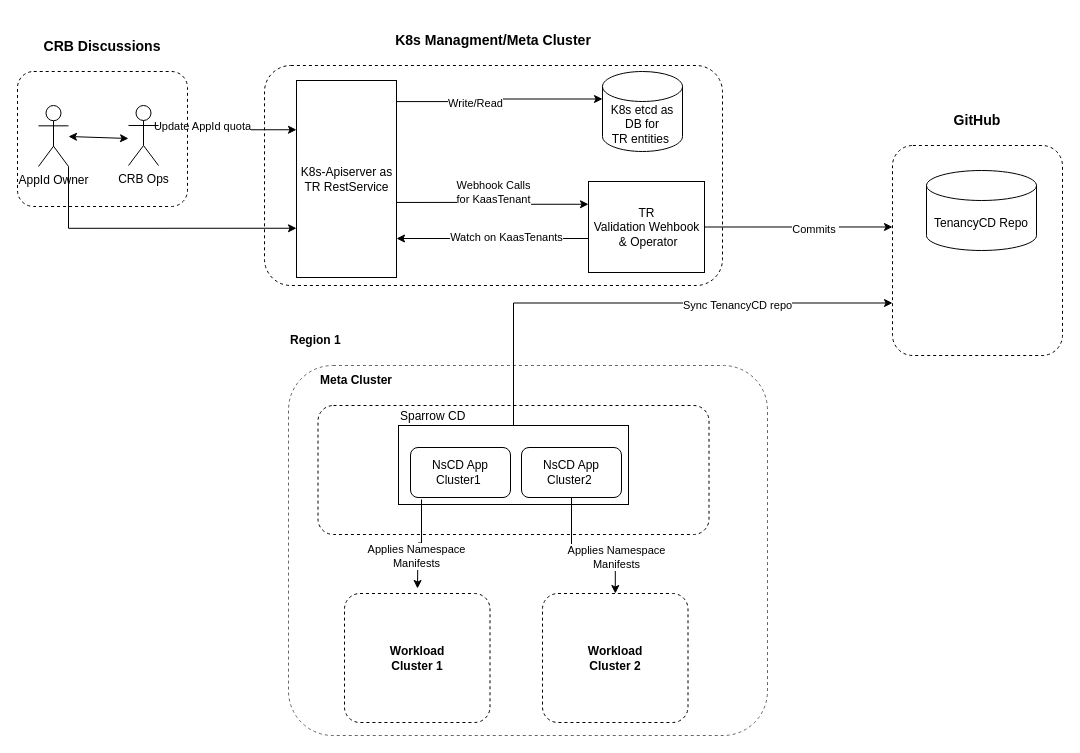
This is BetaReleaseArchitecutalView.drawio from Purushotham233/first_app, a draw.io file, before an edit. Source tidied: cells renumbered, new cells numbered last; positions are measured from the earlier drawing's top-left corner, leaving out a move shared by most shapes. Both pictures are drawn from the tidied source at 100%, with x=0, y=0 at pixel (17, 65).
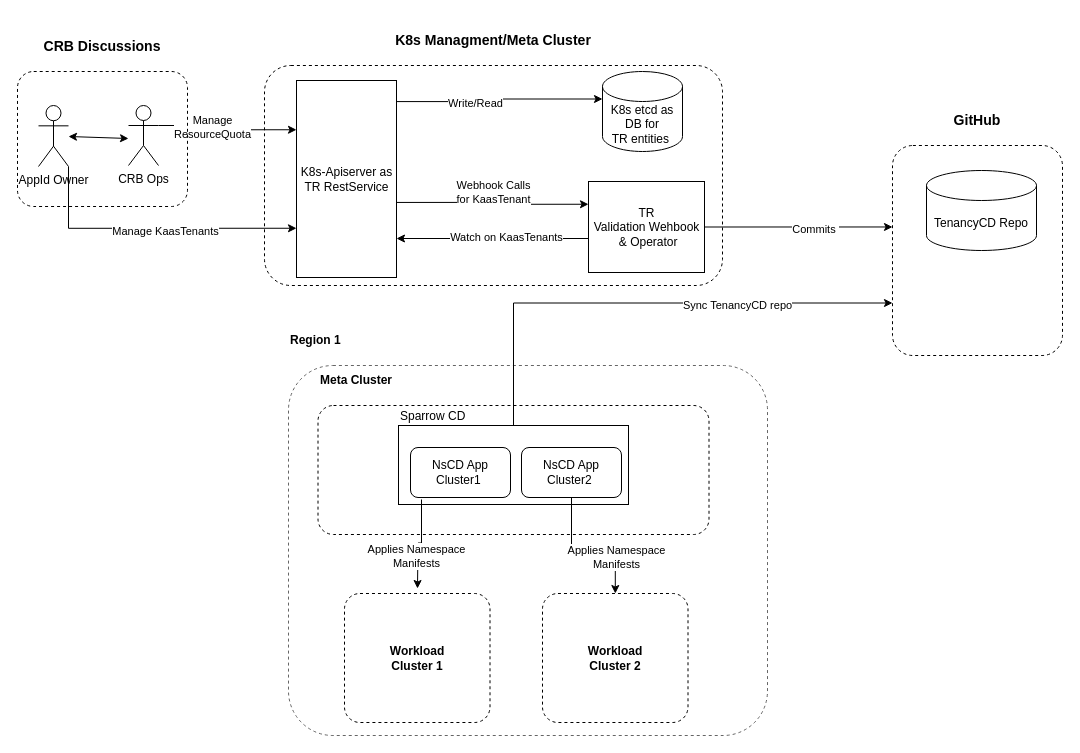
The same page after the edit.

Unchanged cells that the change refers to:
```xml
<mxCell id="4" style="edgeStyle=orthogonalEdgeStyle;rounded=0;jettySize=auto;html=1;exitX=1;exitY=1;exitDx=0;exitDy=0;exitPerimeter=0;entryX=0;entryY=0.75;entryDx=0;entryDy=0;" parent="1" edge="1" source="5" target="15">
  <mxGeometry relative="1" as="geometry" />
</mxCell>
<mxCell id="6" style="edgeStyle=orthogonalEdgeStyle;rounded=0;jettySize=auto;html=1;exitX=1;exitY=0.3333333333333333;exitDx=0;exitDy=0;exitPerimeter=0;entryX=0;entryY=0.25;entryDx=0;entryDy=0;" parent="1" edge="1" source="8" target="15">
  <mxGeometry relative="1" as="geometry" />
</mxCell>
```

The edit, as a diff of the source:
```diff
@@
+    <mxCell id="37" value="Manage KaasTenants" style="edgeLabel;html=1;align=center;verticalAlign=middle;" parent="4" vertex="1">
+      <mxGeometry x="0.09" y="-3" relative="1" as="geometry" />
+    </mxCell>
@@
-    <mxCell id="7" value="Update AppId quota" style="edgeLabel;html=1;align=center;verticalAlign=middle;" parent="6" vertex="1">
-      <mxGeometry x="-0.4" relative="1" as="geometry" />
+    <mxCell id="7" value="Manage &lt;br&gt;ResourceQuota" style="edgeLabel;html=1;align=center;verticalAlign=middle;" parent="6" vertex="1">
+      <mxGeometry x="-0.4" relative="1" as="geometry">
+        <mxPoint x="10" y="1" as="offset" />
+      </mxGeometry>
     </mxCell>
```
